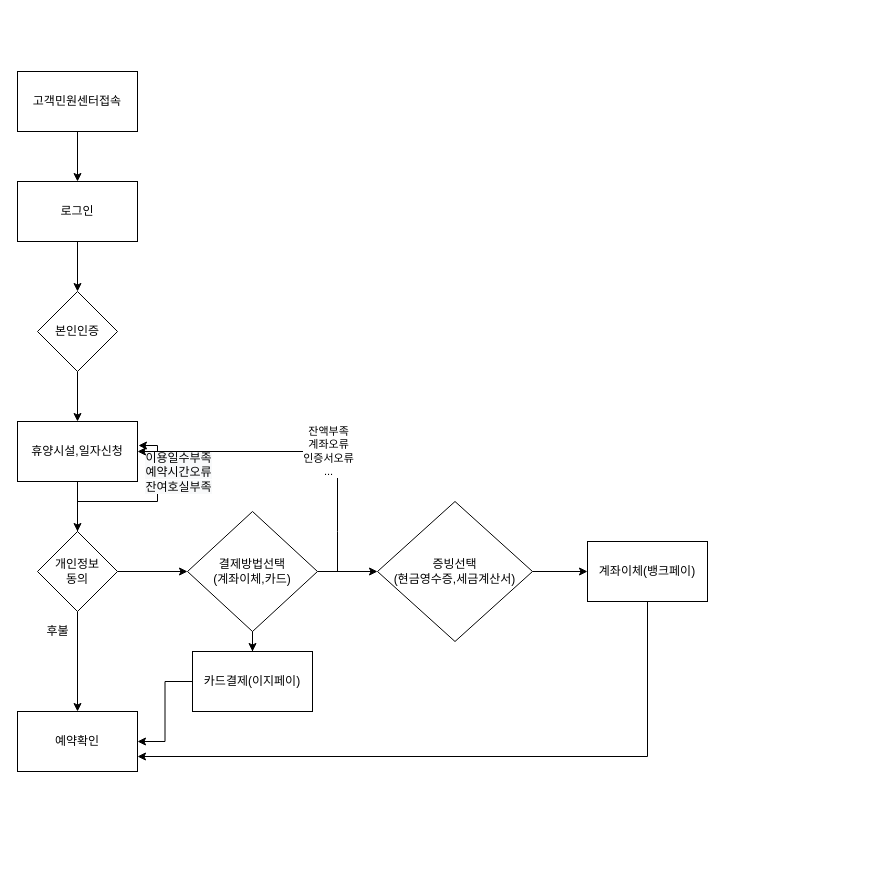
Uwanggood/cloudconfig keeps this draw.io diagram as Untitled Diagram.drawio. Above is the earlier version. Source tidied: cells renumbered, new cells numbered last; positions are measured from the earlier drawing's top-left corner, leaving out a move shared by most shapes. Both pictures are drawn from the tidied source at 100%, with x=0, y=0 at pixel (17, 71).
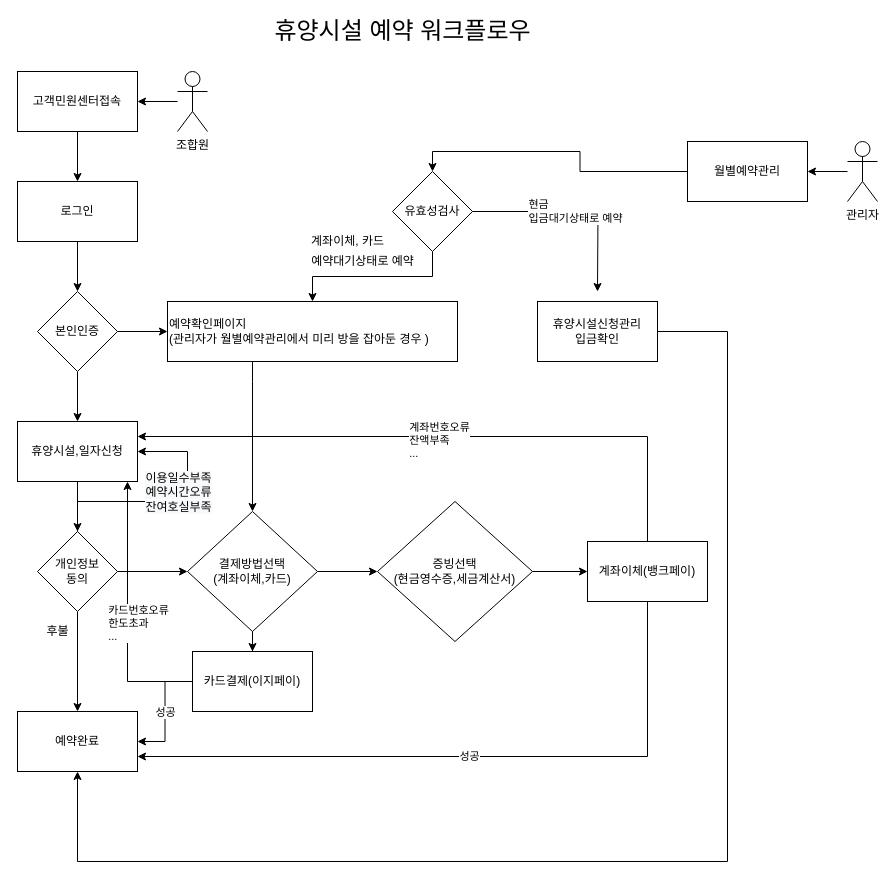
The same diagram, later.

The change refers to these unchanged cells:
```xml
<mxCell id="3" value="고객민원센터접속" style="rounded=0;whiteSpace=wrap;html=1;" parent="1" vertex="1">
  <mxGeometry width="120" height="60" as="geometry" />
</mxCell>
<mxCell id="7" value="본인인증" style="rhombus;whiteSpace=wrap;html=1;" parent="1" vertex="1">
  <mxGeometry x="20" y="220" width="80" height="80" as="geometry" />
</mxCell>
<mxCell id="9" value="휴양시설,일자신청" style="rounded=0;whiteSpace=wrap;html=1;" parent="1" vertex="1">
  <mxGeometry y="350" width="120" height="60" as="geometry" />
</mxCell>
<mxCell id="14" value="개인정보&lt;br&gt;동의" style="rhombus;whiteSpace=wrap;html=1;" parent="1" vertex="1">
  <mxGeometry x="20" y="460" width="80" height="80" as="geometry" />
</mxCell>
<mxCell id="19" value="결제방법선택&lt;br&gt;(계좌이체,카드)" style="rhombus;whiteSpace=wrap;html=1;" parent="1" vertex="1">
  <mxGeometry x="170" y="440" width="130" height="120" as="geometry" />
</mxCell>
<mxCell id="23" value="계좌이체(뱅크페이)" style="whiteSpace=wrap;html=1;" parent="1" vertex="1">
  <mxGeometry x="570" y="470" width="120" height="60" as="geometry" />
</mxCell>
<mxCell id="27" value="카드결제(이지페이)" style="rounded=0;whiteSpace=wrap;html=1;" parent="1" vertex="1">
  <mxGeometry x="175" y="580" width="120" height="60" as="geometry" />
</mxCell>
```

Change to the diagram source:
```diff
@@
+    <mxCell id="28" style="edgeStyle=orthogonalEdgeStyle;rounded=0;jettySize=auto;html=1;entryX=0;entryY=0.5;entryDx=0;entryDy=0;" parent="1" edge="1" source="7" target="37">
+      <mxGeometry relative="1" as="geometry" />
+    </mxCell>
@@
-    <mxCell id="11" style="edgeStyle=orthogonalEdgeStyle;rounded=0;jettySize=auto;html=1;entryX=1.008;entryY=0.4;entryDx=0;entryDy=0;entryPerimeter=0;" parent="1" edge="1" source="14" target="9">
+    <mxCell id="11" style="edgeStyle=orthogonalEdgeStyle;rounded=0;jettySize=auto;html=1;entryX=1;entryY=0.5;entryDx=0;entryDy=0;" parent="1" edge="1" source="14" target="9">
       <mxGeometry relative="1" as="geometry">
         <Array as="points">
           <mxPoint x="60" y="430" />
-          <mxPoint x="140" y="430" />
-          <mxPoint x="140" y="374" />
+          <mxPoint x="170" y="430" />
+          <mxPoint x="170" y="380" />
         </Array>
       </mxGeometry>
     </mxCell>
     <mxCell id="12" value="&lt;span style=&quot;font-size: 12px ; background-color: rgb(248 , 249 , 250)&quot;&gt;이용일수부족&lt;/span&gt;&lt;br style=&quot;font-size: 12px ; background-color: rgb(248 , 249 , 250)&quot;&gt;&lt;span style=&quot;font-size: 12px ; background-color: rgb(248 , 249 , 250)&quot;&gt;예약시간오류&lt;/span&gt;&lt;br style=&quot;font-size: 12px ; background-color: rgb(248 , 249 , 250)&quot;&gt;&lt;span style=&quot;font-size: 12px ; background-color: rgb(248 , 249 , 250)&quot;&gt;잔여호실부족&lt;/span&gt;" style="edgeLabel;html=1;align=center;verticalAlign=middle;" parent="11" vertex="1">
       <mxGeometry x="-0.23" y="1" relative="1" as="geometry">
-        <mxPoint x="59" y="-29" as="offset" />
+        <mxPoint x="38" y="-9" as="offset" />
       </mxGeometry>
     </mxCell>
@@
-    <mxCell id="15" value="예약확인" style="rounded=0;whiteSpace=wrap;html=1;" parent="1" vertex="1">
+    <mxCell id="15" value="예약완료" style="rounded=0;whiteSpace=wrap;html=1;" parent="1" vertex="1">
       <mxGeometry y="640" width="120" height="60" as="geometry" />
     </mxCell>
@@
-    <mxCell id="20" style="edgeStyle=orthogonalEdgeStyle;rounded=0;jettySize=auto;html=1;" parent="1" edge="1" target="9">
-      <mxGeometry relative="1" as="geometry">
-        <mxPoint x="320" y="500" as="sourcePoint" />
-        <Array as="points">
-          <mxPoint x="320" y="460" />
-          <mxPoint x="320" y="360" />
-        </Array>
-      </mxGeometry>
-    </mxCell>
-    <mxCell id="21" value="잔액부족&lt;br&gt;계좌오류&lt;br&gt;인증서오류&lt;br&gt;..." style="edgeLabel;html=1;align=center;verticalAlign=middle;" parent="20" vertex="1">
-      <mxGeometry x="-0.19" y="-1" relative="1" as="geometry" />
-    </mxCell>
-    <mxCell id="22" style="edgeStyle=orthogonalEdgeStyle;rounded=0;jettySize=auto;html=1;entryX=1;entryY=0.75;entryDx=0;entryDy=0;" parent="1" edge="1" source="23" target="15">
+    <mxCell id="22" value="성공" style="edgeStyle=orthogonalEdgeStyle;rounded=0;jettySize=auto;html=1;entryX=1;entryY=0.75;entryDx=0;entryDy=0;" parent="1" edge="1" source="23" target="15">
       <mxGeometry relative="1" as="geometry">
         <Array as="points">
           <mxPoint x="630" y="685" />
         </Array>
       </mxGeometry>
     </mxCell>
+    <mxCell id="29" style="edgeStyle=orthogonalEdgeStyle;rounded=0;jettySize=auto;html=1;entryX=1;entryY=0.25;entryDx=0;entryDy=0;" parent="1" edge="1" source="23" target="9">
+      <mxGeometry relative="1" as="geometry">
+        <Array as="points">
+          <mxPoint x="630" y="365" />
+        </Array>
+      </mxGeometry>
+    </mxCell>
+    <mxCell id="30" value="&lt;div style=&quot;text-align: left&quot;&gt;계좌번호오류&lt;/div&gt;&lt;div style=&quot;text-align: left&quot;&gt;잔액부족&lt;/div&gt;&lt;div style=&quot;text-align: left&quot;&gt;...&lt;/div&gt;" style="edgeLabel;html=1;align=center;verticalAlign=middle;" parent="29" vertex="1">
+      <mxGeometry x="0.02" y="3" relative="1" as="geometry" />
+    </mxCell>
@@
-    <mxCell id="26" style="edgeStyle=orthogonalEdgeStyle;rounded=0;jettySize=auto;html=1;" parent="1" edge="1" source="27" target="15">
+    <mxCell id="26" value="성공" style="edgeStyle=orthogonalEdgeStyle;rounded=0;jettySize=auto;html=1;" parent="1" edge="1" source="27" target="15">
       <mxGeometry relative="1" as="geometry" />
     </mxCell>
+    <mxCell id="31" style="edgeStyle=orthogonalEdgeStyle;rounded=0;jettySize=auto;html=1;exitX=0.25;exitY=0;exitDx=0;exitDy=0;" parent="1" edge="1" source="27" target="9">
+      <mxGeometry relative="1" as="geometry">
+        <Array as="points">
+          <mxPoint x="205" y="610" />
+          <mxPoint x="110" y="610" />
+        </Array>
+      </mxGeometry>
+    </mxCell>
+    <mxCell id="32" value="&lt;div style=&quot;text-align: left&quot;&gt;카드번호오류&lt;/div&gt;&lt;div style=&quot;text-align: left&quot;&gt;한도초과&amp;nbsp;&lt;/div&gt;&lt;div style=&quot;text-align: left&quot;&gt;...&lt;/div&gt;" style="edgeLabel;html=1;align=center;verticalAlign=middle;" parent="31" vertex="1">
+      <mxGeometry x="0.11" y="-5" relative="1" as="geometry">
+        <mxPoint x="5" y="-4" as="offset" />
+      </mxGeometry>
+    </mxCell>
@@
+    <mxCell id="33" value="&lt;font style=&quot;font-size: 24px&quot;&gt;휴양시설 예약 워크플로우&lt;/font&gt;" style="text;html=1;align=center;verticalAlign=middle;" parent="1" vertex="1">
+      <mxGeometry x="240" y="-50" width="290" height="20" as="geometry" />
+    </mxCell>
+    <mxCell id="34" style="edgeStyle=orthogonalEdgeStyle;rounded=0;jettySize=auto;html=1;" parent="1" edge="1" source="35" target="3">
+      <mxGeometry relative="1" as="geometry" />
+    </mxCell>
+    <mxCell id="35" value="조합원" style="shape=umlActor;verticalLabelPosition=bottom;verticalAlign=top;html=1;outlineConnect=0;" parent="1" vertex="1">
+      <mxGeometry x="160" width="30" height="60" as="geometry" />
+    </mxCell>
+    <mxCell id="36" style="edgeStyle=orthogonalEdgeStyle;rounded=0;jettySize=auto;html=1;entryX=0.5;entryY=0;entryDx=0;entryDy=0;" parent="1" edge="1" source="37" target="19">
+      <mxGeometry relative="1" as="geometry">
+        <Array as="points">
+          <mxPoint x="235" y="310" />
+          <mxPoint x="235" y="310" />
+        </Array>
+      </mxGeometry>
+    </mxCell>
+    <mxCell id="37" value="예약확인페이지&lt;br&gt;(관리자가 월별예약관리에서 미리 방을 잡아둔 경우 )" style="whiteSpace=wrap;html=1;align=left;" parent="1" vertex="1">
+      <mxGeometry x="150" y="230" width="290" height="60" as="geometry" />
+    </mxCell>
+    <mxCell id="38" style="edgeStyle=orthogonalEdgeStyle;rounded=0;jettySize=auto;html=1;entryX=1;entryY=0.5;entryDx=0;entryDy=0;" parent="1" edge="1" source="39" target="41">
+      <mxGeometry relative="1" as="geometry" />
+    </mxCell>
+    <mxCell id="39" value="관리자" style="shape=umlActor;verticalLabelPosition=bottom;verticalAlign=top;html=1;outlineConnect=0;" parent="1" vertex="1">
+      <mxGeometry x="830" y="70" width="30" height="60" as="geometry" />
+    </mxCell>
+    <mxCell id="40" style="edgeStyle=orthogonalEdgeStyle;rounded=0;jettySize=auto;html=1;entryX=0.5;entryY=0;entryDx=0;entryDy=0;" parent="1" edge="1" source="41" target="44">
+      <mxGeometry relative="1" as="geometry" />
+    </mxCell>
+    <mxCell id="41" value="월별예약관리" style="rounded=0;whiteSpace=wrap;html=1;" parent="1" vertex="1">
+      <mxGeometry x="670" y="70" width="120" height="60" as="geometry" />
+    </mxCell>
+    <mxCell id="42" style="edgeStyle=orthogonalEdgeStyle;rounded=0;jettySize=auto;html=1;" parent="1" edge="1" source="44" target="37">
+      <mxGeometry relative="1" as="geometry" />
+    </mxCell>
+    <mxCell id="43" value="&lt;div style=&quot;text-align: left&quot;&gt;현금&lt;/div&gt;&lt;div style=&quot;text-align: left&quot;&gt;입금대기상태로 예약&lt;/div&gt;" style="edgeStyle=orthogonalEdgeStyle;rounded=0;jettySize=auto;html=1;" parent="1" edge="1" source="44">
+      <mxGeometry relative="1" as="geometry">
+        <mxPoint x="580" y="220" as="targetPoint" />
+      </mxGeometry>
+    </mxCell>
+    <mxCell id="44" value="유효성검사" style="rhombus;whiteSpace=wrap;html=1;" parent="1" vertex="1">
+      <mxGeometry x="375" y="100" width="80" height="80" as="geometry" />
+    </mxCell>
+    <mxCell id="45" value="계좌이체, 카드" style="text;html=1;align=center;verticalAlign=middle;" parent="1" vertex="1">
+      <mxGeometry x="285" y="160" width="90" height="20" as="geometry" />
+    </mxCell>
+    <mxCell id="46" value="예약대기상태로 예약" style="text;html=1;align=center;verticalAlign=middle;" parent="1" vertex="1">
+      <mxGeometry x="280" y="180" width="130" height="20" as="geometry" />
+    </mxCell>
+    <mxCell id="47" style="edgeStyle=orthogonalEdgeStyle;rounded=0;jettySize=auto;html=1;" parent="1" edge="1" source="48" target="15">
+      <mxGeometry relative="1" as="geometry">
+        <Array as="points">
+          <mxPoint x="710" y="260" />
+          <mxPoint x="710" y="790" />
+          <mxPoint x="60" y="790" />
+        </Array>
+      </mxGeometry>
+    </mxCell>
+    <mxCell id="48" value="휴양시설신청관리&lt;br&gt;입금확인" style="whiteSpace=wrap;html=1;" parent="1" vertex="1">
+      <mxGeometry x="520" y="230" width="120" height="60" as="geometry" />
+    </mxCell>
```
